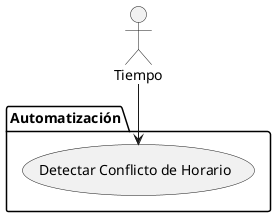
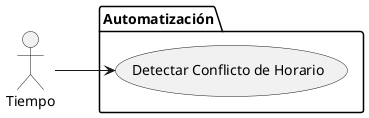
@startuml DiagramaAutomatización
- 
+ left to right direction
actor "Tiempo" as T

    package "Automatización" {
        usecase "Detectar Conflicto de Horario" as UC_A1
    }

    T --> UC_A1
@enduml